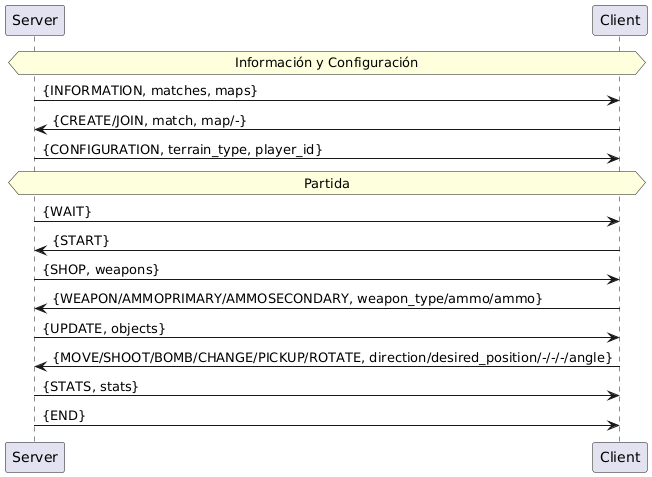
Earlier version of the PlantUML export doc/img/protocol.png (caroracedo/counterstrike2d-2025c1-grupo2). Its diagram source:
```plantuml
@startuml
hnote across:Información y Configuración
Server->Client:{INFORMATION, matches, maps}
Client->Server:{CREATE/JOIN, match, map/-}
Server->Client:{CONFIGURATION, terrain_type, player_id}
hnote across:Partida
Server->Client:{WAIT}
Client->Server:{START}
Server->Client:{SHOP, weapons}
Client->Server:{WEAPON/AMMOPRIMARY/AMMOSECONDARY, weapon_type/ammo/ammo}
Server->Client:{UPDATE, objects}
Client->Server:{MOVE/SHOOT/BOMB/CHANGE/PICKUP/ROTATE, direction/desired_position/-/-/-/angle}
Server->Client:{STATS, stats}
Server->Client:{END}
@enduml
```
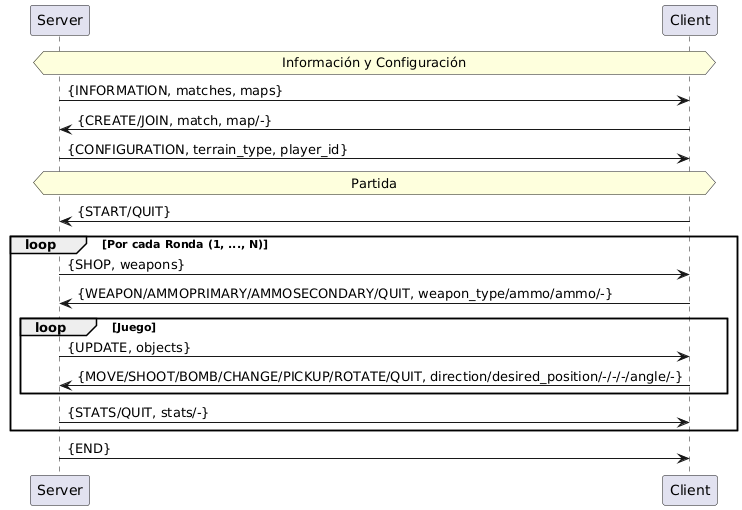
Later version of the same file.

Commit message:
Nueva versión doc técnica arquitectura cliente-servidor

Change to the diagram source:
```diff
@@ -1,15 +1,24 @@
 @startuml
 hnote across:Información y Configuración
-Server->Client:{INFORMATION, matches, maps}
-Client->Server:{CREATE/JOIN, match, map/-}
-Server->Client:{CONFIGURATION, terrain_type, player_id}
+Server->Client: {INFORMATION, matches, maps}
+Client->Server: {CREATE/JOIN, match, map/-}
+Server->Client: {CONFIGURATION, terrain_type, player_id}
+
 hnote across:Partida
-Server->Client:{WAIT}
-Client->Server:{START}
-Server->Client:{SHOP, weapons}
-Client->Server:{WEAPON/AMMOPRIMARY/AMMOSECONDARY, weapon_type/ammo/ammo}
-Server->Client:{UPDATE, objects}
-Client->Server:{MOVE/SHOOT/BOMB/CHANGE/PICKUP/ROTATE, direction/desired_position/-/-/-/angle}
-Server->Client:{STATS, stats}
-Server->Client:{END}
+
+Client->Server: {START/QUIT}
+
+loop Por cada Ronda (1, ..., N)
+    Server->Client: {SHOP, weapons}
+    Client->Server: {WEAPON/AMMOPRIMARY/AMMOSECONDARY/QUIT, weapon_type/ammo/ammo/-}
+
+    loop Juego
+        Server->Client: {UPDATE, objects}
+        Client->Server: {MOVE/SHOOT/BOMB/CHANGE/PICKUP/ROTATE/QUIT, direction/desired_position/-/-/-/angle/-}
+    end
+
+    Server->Client: {STATS/QUIT, stats/-}
+end
+
+Server->Client: {END}
 @enduml
```
